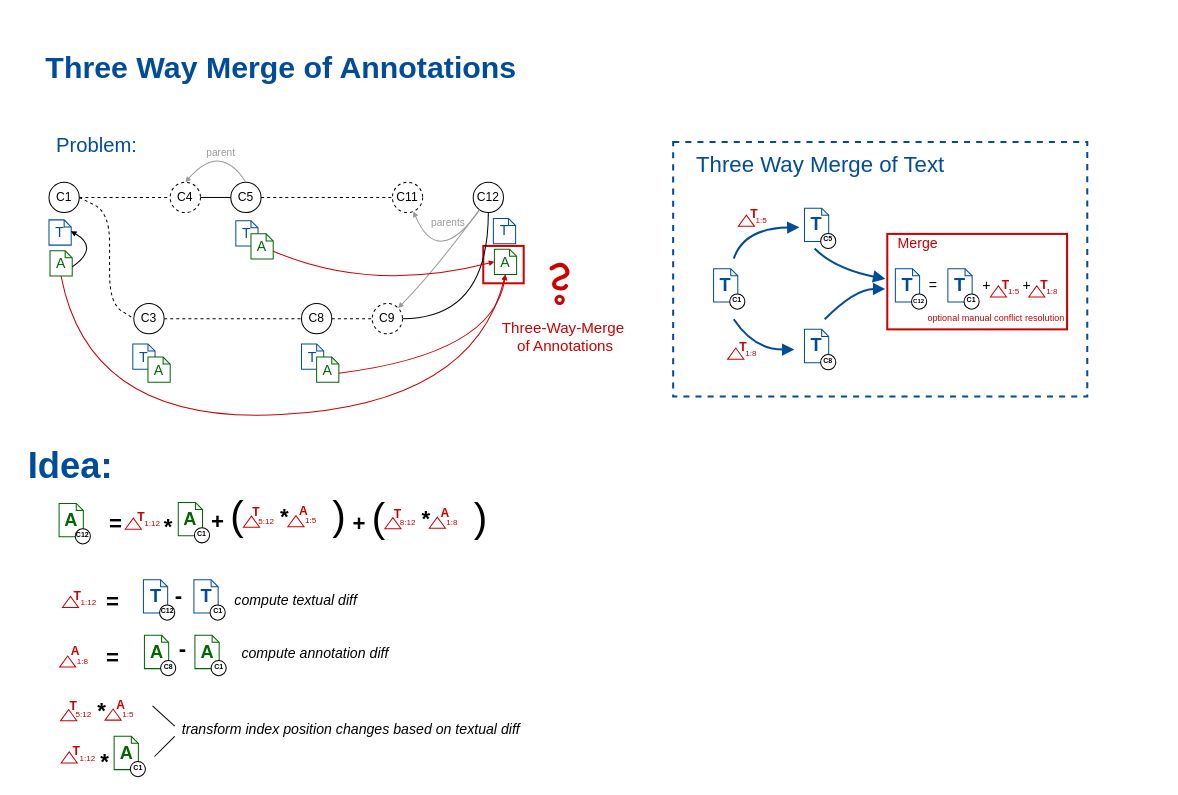
Above: demos/annotations/update_annotations.drawio in LivelyKernel/lively4-core (draw.io), before the change. Source tidied: cells renumbered, new cells numbered last; positions are measured from the earlier drawing's top-left corner, leaving out a move shared by most shapes. Both pictures are drawn from the tidied source at 101%, with x=0, y=0 at pixel (17, 16).
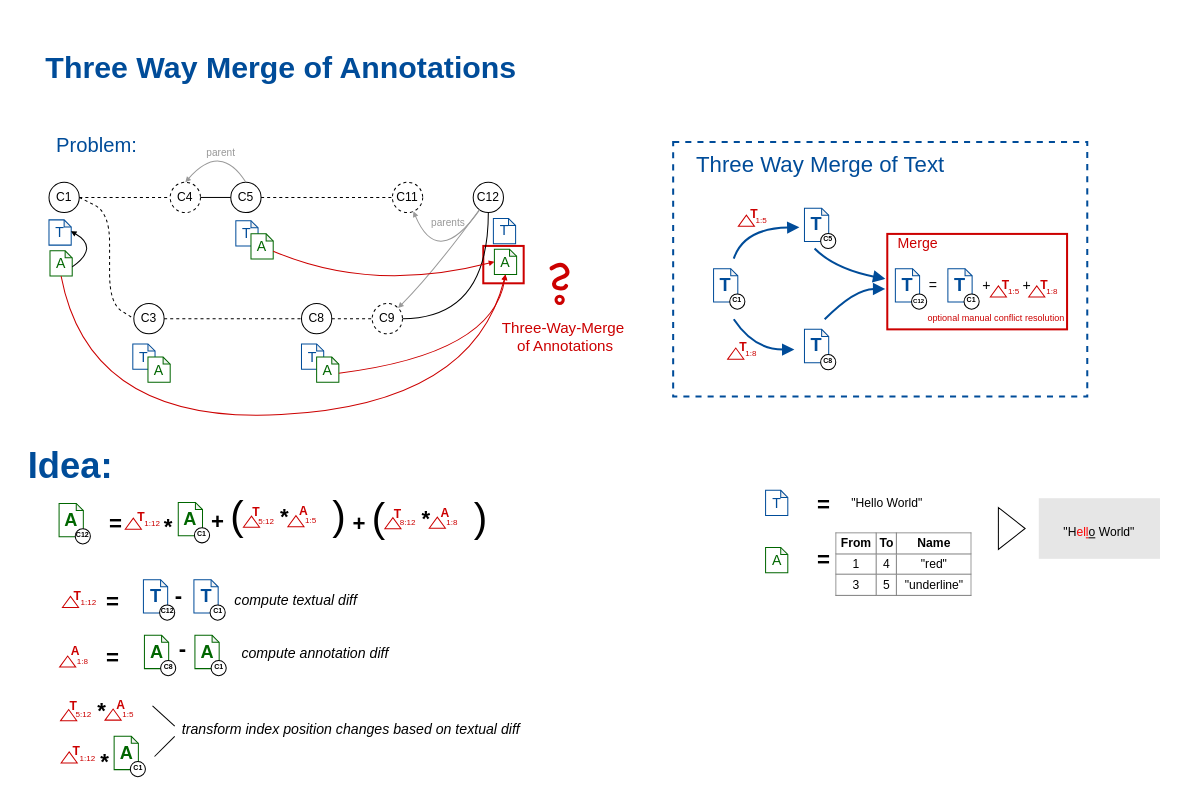
Above is the later version.

What changed in the source:
```diff
@@
+    <mxCell id="183" value="&lt;font style=&quot;font-size: 14px&quot;&gt;T&lt;/font&gt;" style="shape=note;whiteSpace=wrap;html=1;backgroundOutline=1;darkOpacity=0.05;size=7;strokeColor=#004C99;fontColor=#004C99;" parent="1" vertex="1">
+      <mxGeometry x="740.5" y="469" width="22" height="25" as="geometry" />
+    </mxCell>
+    <mxCell id="184" value="&lt;b&gt;=&lt;/b&gt;" style="text;html=1;fontSize=22;fontFamily=Helvetica;fontColor=#000000;" parent="1" vertex="1">
+      <mxGeometry x="790" y="464" width="20" height="40" as="geometry" />
+    </mxCell>
+    <mxCell id="185" value="&quot;Hello World&quot;" style="text;html=1;strokeColor=none;fillColor=none;align=center;verticalAlign=middle;whiteSpace=wrap;rounded=0;" parent="1" vertex="1">
+      <mxGeometry x="810" y="466.5" width="102" height="30" as="geometry" />
+    </mxCell>
+    <mxCell id="186" value="&lt;b&gt;=&lt;/b&gt;" style="text;html=1;fontSize=22;fontFamily=Helvetica;fontColor=#000000;" parent="1" vertex="1">
+      <mxGeometry x="790" y="517.5" width="20" height="40" as="geometry" />
+    </mxCell>
+    <mxCell id="187" value="&lt;font style=&quot;font-size: 14px&quot;&gt;A&lt;/font&gt;" style="shape=note;whiteSpace=wrap;html=1;backgroundOutline=1;darkOpacity=0.05;size=7;strokeColor=#006600;fontColor=#006600;" parent="1" vertex="1">
+      <mxGeometry x="740.5" y="525.5" width="22" height="25" as="geometry" />
+    </mxCell>
+    <mxCell id="188" value="&lt;table border=&quot;1&quot; width=&quot;100%&quot; style=&quot;width: 100% ; height: 100% ; border-collapse: collapse&quot;&gt;&lt;tbody&gt;&lt;tr&gt;&lt;td align=&quot;center&quot;&gt;&lt;b&gt;From&lt;/b&gt;&lt;/td&gt;&lt;td align=&quot;center&quot;&gt;&lt;b&gt;To&lt;/b&gt;&lt;/td&gt;&lt;td align=&quot;center&quot;&gt;&lt;b&gt;Name&lt;/b&gt;&lt;/td&gt;&lt;/tr&gt;&lt;tr&gt;&lt;td align=&quot;center&quot;&gt;1&lt;/td&gt;&lt;td align=&quot;center&quot;&gt;4&lt;/td&gt;&lt;td align=&quot;center&quot;&gt;&quot;red&quot;&lt;/td&gt;&lt;/tr&gt;&lt;tr&gt;&lt;td align=&quot;center&quot;&gt;3&lt;/td&gt;&lt;td align=&quot;center&quot;&gt;5&lt;/td&gt;&lt;td align=&quot;center&quot;&gt;&quot;underline&quot;&lt;/td&gt;&lt;/tr&gt;&lt;/tbody&gt;&lt;/table&gt;" style="text;html=1;strokeColor=none;fillColor=none;overflow=fill;" parent="1" vertex="1">
+      <mxGeometry x="810" y="511" width="135" height="63" as="geometry" />
+    </mxCell>
+    <mxCell id="189" style="triangle;whiteSpace=wrap;html=1;" parent="1" vertex="1">
+      <mxGeometry x="971" y="486" width="26.5" height="41.5" as="geometry" />
+    </mxCell>
+    <mxCell id="190" style="rounded=0;whiteSpace=wrap;html=1;fillColor=#E6E6E6;strokeColor=none;" parent="1" vertex="1">
+      <mxGeometry x="1011" y="476.8" width="120" height="60" as="geometry" />
+    </mxCell>
+    <mxCell id="191" value="&quot;H&lt;font color=&quot;#ff0000&quot;&gt;el&lt;u&gt;l&lt;/u&gt;&lt;/font&gt;&lt;u&gt;o&lt;/u&gt; World&quot;" style="text;html=1;strokeColor=none;fillColor=none;align=center;verticalAlign=middle;whiteSpace=wrap;rounded=0;" parent="1" vertex="1">
+      <mxGeometry x="1020" y="495.8" width="102" height="30" as="geometry" />
+    </mxCell>
```
